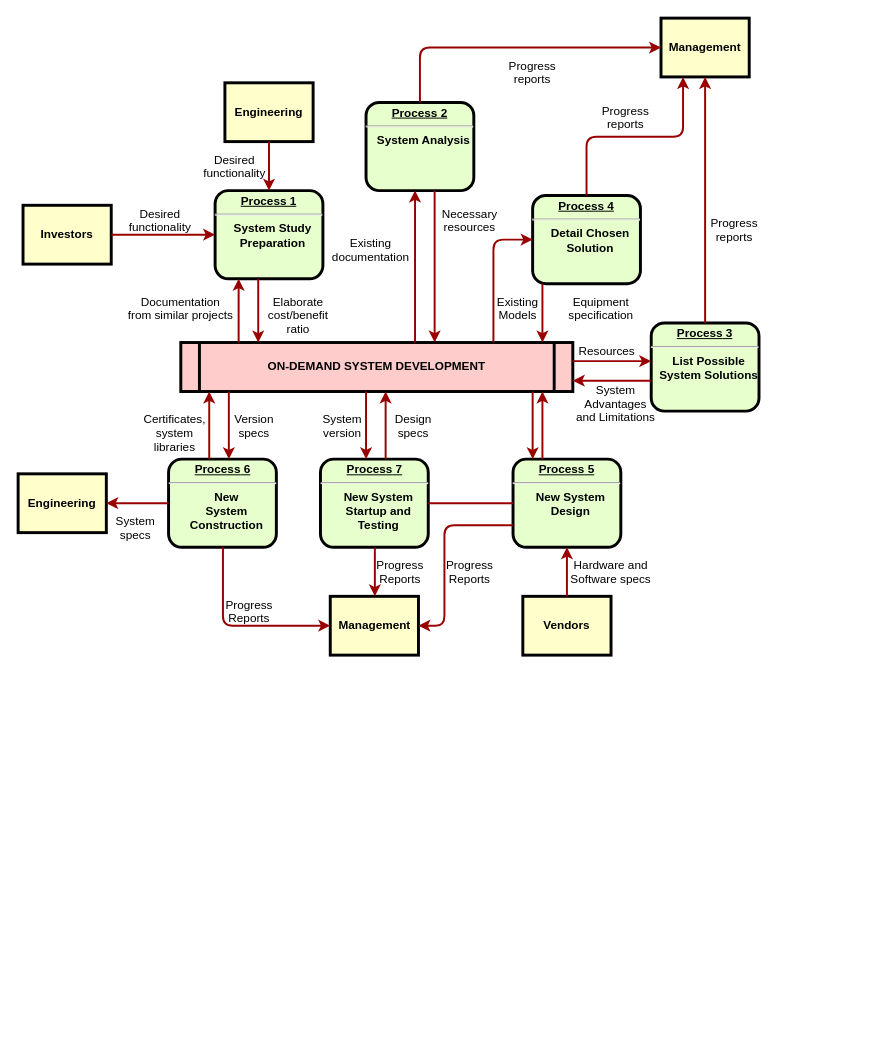
Daniel-72/hello-world keeps this draw.io diagram as IT_K-KLAB_01.drawio. Above is the earlier version. Source tidied: cells renumbered, new cells numbered last; positions are measured from the earlier drawing's top-left corner, leaving out a move shared by most shapes. Both pictures are drawn from the tidied source at 98%, with x=0, y=0 at pixel (18, 18).
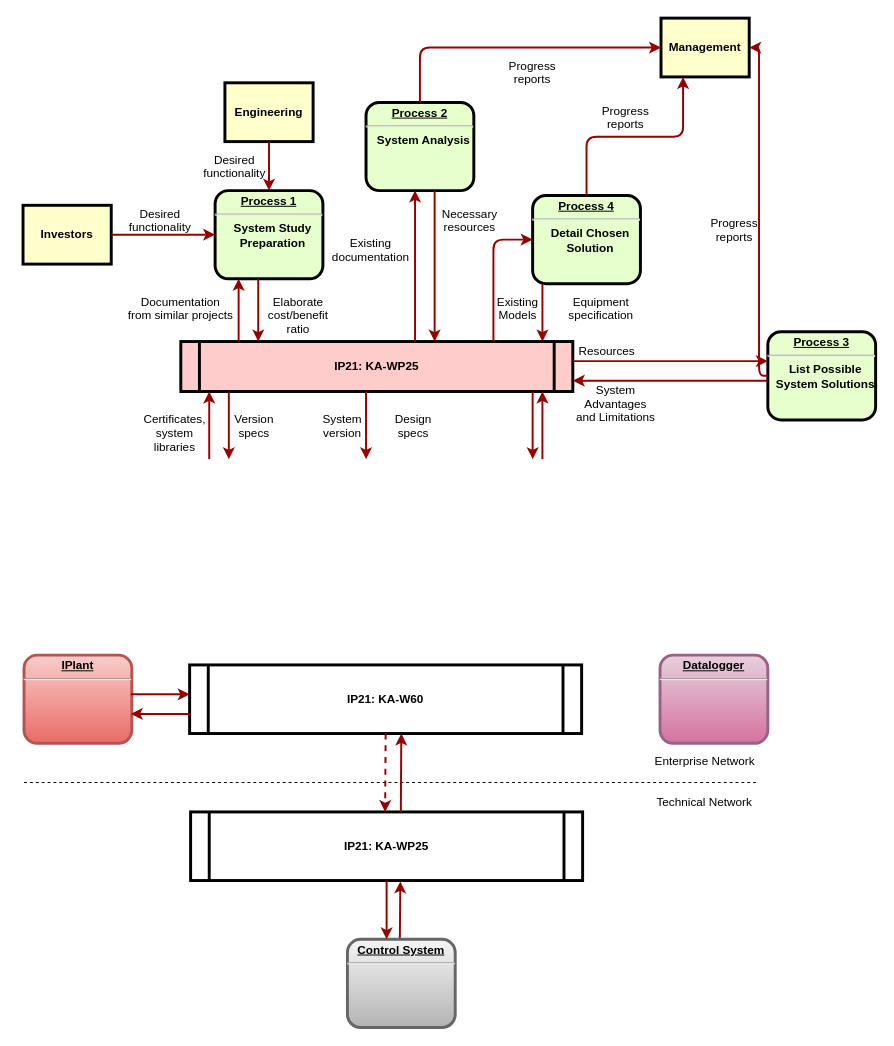
The same page after the edit.

The edit, as a diff of the source:
```diff
@@
-    <mxCell id="5" value="ON-DEMAND SYSTEM DEVELOPMENT" style="shape=process;whiteSpace=wrap;align=center;verticalAlign=middle;size=0.0475;fontStyle=1;strokeWidth=3;fillColor=#FFCCCC;" parent="1" vertex="1">
-      <mxGeometry x="166" y="331" width="400" height="50" as="geometry" />
+    <mxCell id="5" value="IP21: KA-WP25" style="shape=process;whiteSpace=wrap;align=center;verticalAlign=middle;size=0.0475;fontStyle=1;strokeWidth=3;fillColor=#FFCCCC;" parent="1" vertex="1">
+      <mxGeometry x="166" y="330" width="400" height="51" as="geometry" />
     </mxCell>
@@
     <mxCell id="7" value="&lt;p style=&quot;margin: 0px; margin-top: 4px; text-align: center; text-decoration: underline;&quot;&gt;&lt;strong&gt;&lt;strong&gt;Process&lt;/strong&gt; 3&lt;br /&gt;&lt;/strong&gt;&lt;/p&gt;&lt;hr /&gt;&lt;p style=&quot;margin: 0px; margin-left: 8px;&quot;&gt;List Possible&lt;/p&gt;&lt;p style=&quot;margin: 0px; margin-left: 8px;&quot;&gt;System Solutions&lt;/p&gt;" style="verticalAlign=middle;align=center;overflow=fill;fontSize=12;fontFamily=Helvetica;html=1;rounded=1;fontStyle=1;strokeWidth=3;fillColor=#E6FFCC;" parent="1" vertex="1">
-      <mxGeometry x="646" y="311" width="110" height="90" as="geometry" />
+      <mxGeometry x="765" y="320" width="110" height="90" as="geometry" />
     </mxCell>
@@
-    <mxCell id="9" value="&lt;p style=&quot;margin: 0px; margin-top: 4px; text-align: center; text-decoration: underline;&quot;&gt;&lt;strong&gt;&lt;strong&gt;Process&lt;/strong&gt; 5&lt;br /&gt;&lt;/strong&gt;&lt;/p&gt;&lt;hr /&gt;&lt;p style=&quot;margin: 0px; margin-left: 8px;&quot;&gt;New System&lt;/p&gt;&lt;p style=&quot;margin: 0px; margin-left: 8px;&quot;&gt;Design&lt;/p&gt;" style="verticalAlign=middle;align=center;overflow=fill;fontSize=12;fontFamily=Helvetica;html=1;rounded=1;fontStyle=1;strokeWidth=3;fillColor=#E6FFCC;" parent="1" vertex="1">
-      <mxGeometry x="505" y="450" width="110" height="90" as="geometry" />
-    </mxCell>
-    <mxCell id="10" value="&lt;p style=&quot;margin: 0px; margin-top: 4px; text-align: center; text-decoration: underline;&quot;&gt;&lt;strong&gt;&lt;strong&gt;Process&lt;/strong&gt; 6&lt;br /&gt;&lt;/strong&gt;&lt;/p&gt;&lt;hr /&gt;&lt;p style=&quot;margin: 0px; margin-left: 8px;&quot;&gt;New&lt;/p&gt;&lt;p style=&quot;margin: 0px; margin-left: 8px;&quot;&gt;System&lt;/p&gt;&lt;p style=&quot;margin: 0px; margin-left: 8px;&quot;&gt;Construction&lt;/p&gt;" style="verticalAlign=middle;align=center;overflow=fill;fontSize=12;fontFamily=Helvetica;html=1;rounded=1;fontStyle=1;strokeWidth=3;fillColor=#E6FFCC;" parent="1" vertex="1">
-      <mxGeometry x="153.5" y="450" width="110" height="90" as="geometry" />
-    </mxCell>
@@
-    <mxCell id="12" value="Management" style="whiteSpace=wrap;align=center;verticalAlign=middle;fontStyle=1;strokeWidth=3;fillColor=#FFFFCC;" parent="1" vertex="1">
-      <mxGeometry x="318.5" y="590" width="90" height="60" as="geometry" />
-    </mxCell>
-    <mxCell id="13" value="Engineering" style="whiteSpace=wrap;align=center;verticalAlign=middle;fontStyle=1;strokeWidth=3;fillColor=#FFFFCC;" parent="1" vertex="1">
-      <mxGeometry y="465" width="90" height="60" as="geometry" />
-    </mxCell>
-    <mxCell id="14" value="Vendors" style="whiteSpace=wrap;align=center;verticalAlign=middle;fontStyle=1;strokeWidth=3;fillColor=#FFFFCC;" parent="1" vertex="1">
-      <mxGeometry x="515" y="590" width="90" height="60" as="geometry" />
-    </mxCell>
@@
-    <mxCell id="17" value="&lt;p style=&quot;margin: 0px; margin-top: 4px; text-align: center; text-decoration: underline;&quot;&gt;&lt;strong&gt;&lt;strong&gt;Process&lt;/strong&gt; 7&lt;br /&gt;&lt;/strong&gt;&lt;/p&gt;&lt;hr /&gt;&lt;p style=&quot;margin: 0px; margin-left: 8px;&quot;&gt;New System&lt;/p&gt;&lt;p style=&quot;margin: 0px; margin-left: 8px;&quot;&gt;Startup and&lt;/p&gt;&lt;p style=&quot;margin: 0px; margin-left: 8px;&quot;&gt;Testing&lt;/p&gt;" style="verticalAlign=middle;align=center;overflow=fill;fontSize=12;fontFamily=Helvetica;html=1;rounded=1;fontStyle=1;strokeWidth=3;fillColor=#E6FFCC;" parent="1" vertex="1">
-      <mxGeometry x="308.5" y="450" width="110" height="90" as="geometry" />
-    </mxCell>
-    <mxCell id="18" style="endArrow=none;noEdgeStyle=1;strokeColor=#990000;strokeWidth=2;" parent="1" edge="1" source="9" target="17">
-      <mxGeometry relative="1" as="geometry" />
-    </mxCell>
@@
-    <mxCell id="43" style="edgeStyle=elbowEdgeStyle;elbow=horizontal;strokeColor=#990000;strokeWidth=2;" parent="1" edge="1" source="9" target="5">
+    <mxCell id="43" style="edgeStyle=elbowEdgeStyle;elbow=horizontal;strokeColor=#990000;strokeWidth=2;" parent="1" edge="1" target="5">
       <mxGeometry relative="1" as="geometry">
+        <mxPoint x="535" y="450" as="sourcePoint" />
         <Array as="points">
           <mxPoint x="535" y="410" />
         </Array>
       </mxGeometry>
     </mxCell>
-    <mxCell id="44" style="edgeStyle=elbowEdgeStyle;elbow=horizontal;strokeColor=#990000;strokeWidth=2;" parent="1" edge="1" source="5" target="9">
+    <mxCell id="44" style="edgeStyle=elbowEdgeStyle;elbow=horizontal;strokeColor=#990000;strokeWidth=2;" parent="1" edge="1" source="5">
       <mxGeometry relative="1" as="geometry">
+        <mxPoint x="525" y="450" as="targetPoint" />
         <Array as="points">
           <mxPoint x="525" y="420" />
         </Array>
       </mxGeometry>
     </mxCell>
-    <mxCell id="45" style="edgeStyle=elbowEdgeStyle;elbow=horizontal;strokeColor=#990000;strokeWidth=2;" parent="1" edge="1" source="14" target="9">
-      <mxGeometry relative="1" as="geometry" />
-    </mxCell>
-    <mxCell id="46" value="Hardware and&#10;Software specs" style="text;spacingTop=-5;align=center;" parent="1" vertex="1">
-      <mxGeometry x="590" y="550" width="30" height="20" as="geometry" />
+    <mxCell id="46" value="Technical Network" style="text;spacingTop=-5;align=center;" parent="1" vertex="1">
+      <mxGeometry x="685" y="791" width="31" height="30" as="geometry" />
     </mxCell>
-    <mxCell id="47" style="edgeStyle=elbowEdgeStyle;elbow=horizontal;exitX=0;exitY=0.75;strokeColor=#990000;strokeWidth=2;" parent="1" edge="1" source="9" target="12">
-      <mxGeometry relative="1" as="geometry">
-        <Array as="points">
-          <mxPoint x="435" y="570" />
-        </Array>
-      </mxGeometry>
-    </mxCell>
-    <mxCell id="48" value="Progress&#10;Reports" style="text;spacingTop=-5;align=center;" parent="1" vertex="1">
-      <mxGeometry x="446" y="550" width="30" height="20" as="geometry" />
-    </mxCell>
-    <mxCell id="49" style="edgeStyle=elbowEdgeStyle;elbow=horizontal;strokeColor=#990000;strokeWidth=2;" parent="1" edge="1" source="17" target="12">
-      <mxGeometry relative="1" as="geometry" />
-    </mxCell>
-    <mxCell id="50" value="Progress&#10;Reports" style="text;spacingTop=-5;align=center;" parent="1" vertex="1">
-      <mxGeometry x="375" y="550" width="30" height="20" as="geometry" />
-    </mxCell>
-    <mxCell id="51" style="edgeStyle=elbowEdgeStyle;elbow=horizontal;strokeColor=#990000;strokeWidth=2;" parent="1" edge="1" source="10" target="12">
-      <mxGeometry relative="1" as="geometry">
-        <Array as="points">
-          <mxPoint x="209" y="570" />
-        </Array>
-      </mxGeometry>
-    </mxCell>
-    <mxCell id="52" value="Progress&#10;Reports" style="text;spacingTop=-5;align=center;" parent="1" vertex="1">
-      <mxGeometry x="221" y="590" width="30" height="20" as="geometry" />
-    </mxCell>
-    <mxCell id="53" style="edgeStyle=elbowEdgeStyle;elbow=vertical;strokeColor=#990000;strokeWidth=2;" parent="1" edge="1" source="10" target="13">
-      <mxGeometry relative="1" as="geometry" />
-    </mxCell>
-    <mxCell id="54" style="edgeStyle=elbowEdgeStyle;elbow=horizontal;strokeColor=#990000;strokeWidth=2;" parent="1" edge="1" source="5" target="17">
+    <mxCell id="54" style="edgeStyle=elbowEdgeStyle;elbow=horizontal;strokeColor=#990000;strokeWidth=2;" parent="1" edge="1" source="5">
       <mxGeometry relative="1" as="geometry">
+        <mxPoint x="355" y="450" as="targetPoint" />
         <Array as="points">
           <mxPoint x="355" y="410" />
         </Array>
       </mxGeometry>
     </mxCell>
-    <mxCell id="55" style="edgeStyle=elbowEdgeStyle;elbow=horizontal;strokeColor=#990000;strokeWidth=2;" parent="1" edge="1" source="17" target="5">
+    <mxCell id="55" style="edgeStyle=elbowEdgeStyle;elbow=horizontal;strokeColor=#990000;strokeWidth=2;entryX=0.536;entryY=1.013;entryDx=0;entryDy=0;entryPerimeter=0;" parent="1" edge="1" target="63">
       <mxGeometry relative="1" as="geometry">
-        <Array as="points">
-          <mxPoint x="375" y="410" />
-        </Array>
+        <mxPoint x="389.5" y="940" as="sourcePoint" />
       </mxGeometry>
     </mxCell>
@@
-    <mxCell id="58" style="edgeStyle=elbowEdgeStyle;elbow=horizontal;strokeColor=#990000;strokeWidth=2;" parent="1" edge="1" source="5" target="10">
+    <mxCell id="58" style="edgeStyle=elbowEdgeStyle;elbow=horizontal;strokeColor=#990000;strokeWidth=2;" parent="1" edge="1" source="5">
       <mxGeometry relative="1" as="geometry">
+        <mxPoint x="215" y="450" as="targetPoint" />
         <Array as="points">
           <mxPoint x="215" y="410" />
         </Array>
       </mxGeometry>
     </mxCell>
-    <mxCell id="59" style="edgeStyle=elbowEdgeStyle;elbow=horizontal;strokeColor=#990000;strokeWidth=2;" parent="1" edge="1" source="10" target="5">
+    <mxCell id="59" style="edgeStyle=elbowEdgeStyle;elbow=horizontal;strokeColor=#990000;strokeWidth=2;" parent="1" edge="1" target="5">
       <mxGeometry relative="1" as="geometry">
+        <mxPoint x="195" y="450" as="sourcePoint" />
         <Array as="points">
           <mxPoint x="195" y="410" />
         </Array>
       </mxGeometry>
     </mxCell>
-    <mxCell id="60" value="System&#10;specs" style="text;spacingTop=-5;align=center;" parent="1" vertex="1">
-      <mxGeometry x="105" y="505" width="30" height="20" as="geometry" />
-    </mxCell>
@@
+    <mxCell id="63" value="IP21: KA-WP25" style="shape=process;whiteSpace=wrap;align=center;verticalAlign=middle;size=0.0475;fontStyle=1;strokeWidth=3;" parent="1" vertex="1">
+      <mxGeometry x="176" y="810" width="400" height="70" as="geometry" />
+    </mxCell>
+    <mxCell id="64" style="endArrow=none;dashed=1;html=1;" parent="1" edge="1">
+      <mxGeometry relative="1" as="geometry">
+        <mxPoint x="6" y="780" as="sourcePoint" />
+        <mxPoint x="756" y="780" as="targetPoint" />
+      </mxGeometry>
+    </mxCell>
+    <mxCell id="65" value="Enterprise Network" style="text;spacingTop=-5;align=center;" parent="1" vertex="1">
+      <mxGeometry x="686" y="750" width="30" height="50" as="geometry" />
+    </mxCell>
+    <mxCell id="66" value="&lt;p style=&quot;margin: 0px ; margin-top: 4px ; text-align: center ; text-decoration: underline&quot;&gt;&lt;strong&gt;Control System&lt;/strong&gt;&lt;/p&gt;&lt;hr&gt;&lt;p style=&quot;margin: 0px ; margin-left: 8px&quot;&gt;&lt;br&gt;&lt;/p&gt;" style="verticalAlign=middle;align=center;overflow=fill;fontSize=12;fontFamily=Helvetica;html=1;rounded=1;fontStyle=1;strokeWidth=3;fillColor=#f5f5f5;gradientColor=#b3b3b3;strokeColor=#666666;" parent="1" vertex="1">
+      <mxGeometry x="336" y="940" width="110" height="90" as="geometry" />
+    </mxCell>
+    <mxCell id="67" style="edgeStyle=elbowEdgeStyle;elbow=horizontal;strokeColor=#990000;strokeWidth=2;exitX=0.5;exitY=1;exitDx=0;exitDy=0;" parent="1" edge="1" source="63">
+      <mxGeometry relative="1" as="geometry">
+        <mxPoint x="376" y="940" as="targetPoint" />
+        <Array as="points">
+          <mxPoint x="376" y="910" />
+        </Array>
+      </mxGeometry>
+    </mxCell>
+    <mxCell id="68" value="IP21: KA-W60" style="shape=process;whiteSpace=wrap;align=center;verticalAlign=middle;size=0.0475;fontStyle=1;strokeWidth=3;" parent="1" vertex="1">
+      <mxGeometry x="175" y="660" width="400" height="70" as="geometry" />
+    </mxCell>
+    <mxCell id="69" value="&lt;p style=&quot;margin: 0px ; margin-top: 4px ; text-align: center ; text-decoration: underline&quot;&gt;&lt;strong&gt;IPlant&lt;/strong&gt;&lt;/p&gt;&lt;hr&gt;&lt;p style=&quot;margin: 0px ; margin-left: 8px&quot;&gt;&lt;br&gt;&lt;/p&gt;" style="verticalAlign=middle;align=center;overflow=fill;fontSize=12;fontFamily=Helvetica;html=1;rounded=1;fontStyle=1;strokeWidth=3;fillColor=#f8cecc;gradientColor=#ea6b66;strokeColor=#b85450;" parent="1" vertex="1">
+      <mxGeometry x="6" y="650" width="110" height="90" as="geometry" />
+    </mxCell>
+    <mxCell id="70" style="edgeStyle=none;noEdgeStyle=1;strokeColor=#990000;strokeWidth=2;" parent="1" edge="1">
+      <mxGeometry relative="1" as="geometry">
+        <mxPoint x="115" y="690" as="sourcePoint" />
+        <mxPoint x="175" y="690" as="targetPoint" />
+      </mxGeometry>
+    </mxCell>
+    <mxCell id="71" style="edgeStyle=elbowEdgeStyle;elbow=vertical;strokeColor=#990000;strokeWidth=2;" parent="1" edge="1">
+      <mxGeometry relative="1" as="geometry">
+        <mxPoint x="176" y="710" as="sourcePoint" />
+        <mxPoint x="115" y="710" as="targetPoint" />
+        <Array as="points">
+          <mxPoint x="142" y="710" />
+        </Array>
+      </mxGeometry>
+    </mxCell>
+    <mxCell id="72" style="edgeStyle=elbowEdgeStyle;elbow=horizontal;strokeColor=#990000;strokeWidth=2;" parent="1" edge="1" target="68">
+      <mxGeometry relative="1" as="geometry">
+        <mxPoint x="390.5" y="810" as="sourcePoint" />
+      </mxGeometry>
+    </mxCell>
+    <mxCell id="73" style="edgeStyle=elbowEdgeStyle;elbow=horizontal;strokeColor=#990000;strokeWidth=2;exitX=0.5;exitY=1;exitDx=0;exitDy=0;dashed=1;" parent="1" edge="1" source="68">
+      <mxGeometry relative="1" as="geometry">
+        <mxPoint x="374.5" y="810" as="targetPoint" />
+        <Array as="points">
+          <mxPoint x="374.5" y="780" />
+        </Array>
+      </mxGeometry>
+    </mxCell>
+    <mxCell id="74" value="&lt;p style=&quot;margin: 0px ; margin-top: 4px ; text-align: center ; text-decoration: underline&quot;&gt;&lt;strong&gt;Datalogger&lt;/strong&gt;&lt;/p&gt;&lt;hr&gt;&lt;p style=&quot;margin: 0px ; margin-left: 8px&quot;&gt;&lt;br&gt;&lt;/p&gt;" style="verticalAlign=middle;align=center;overflow=fill;fontSize=12;fontFamily=Helvetica;html=1;rounded=1;fontStyle=1;strokeWidth=3;fillColor=#e6d0de;gradientColor=#d5739d;strokeColor=#996185;" parent="1" vertex="1">
+      <mxGeometry x="655" y="650" width="110" height="90" as="geometry" />
+    </mxCell>
```
